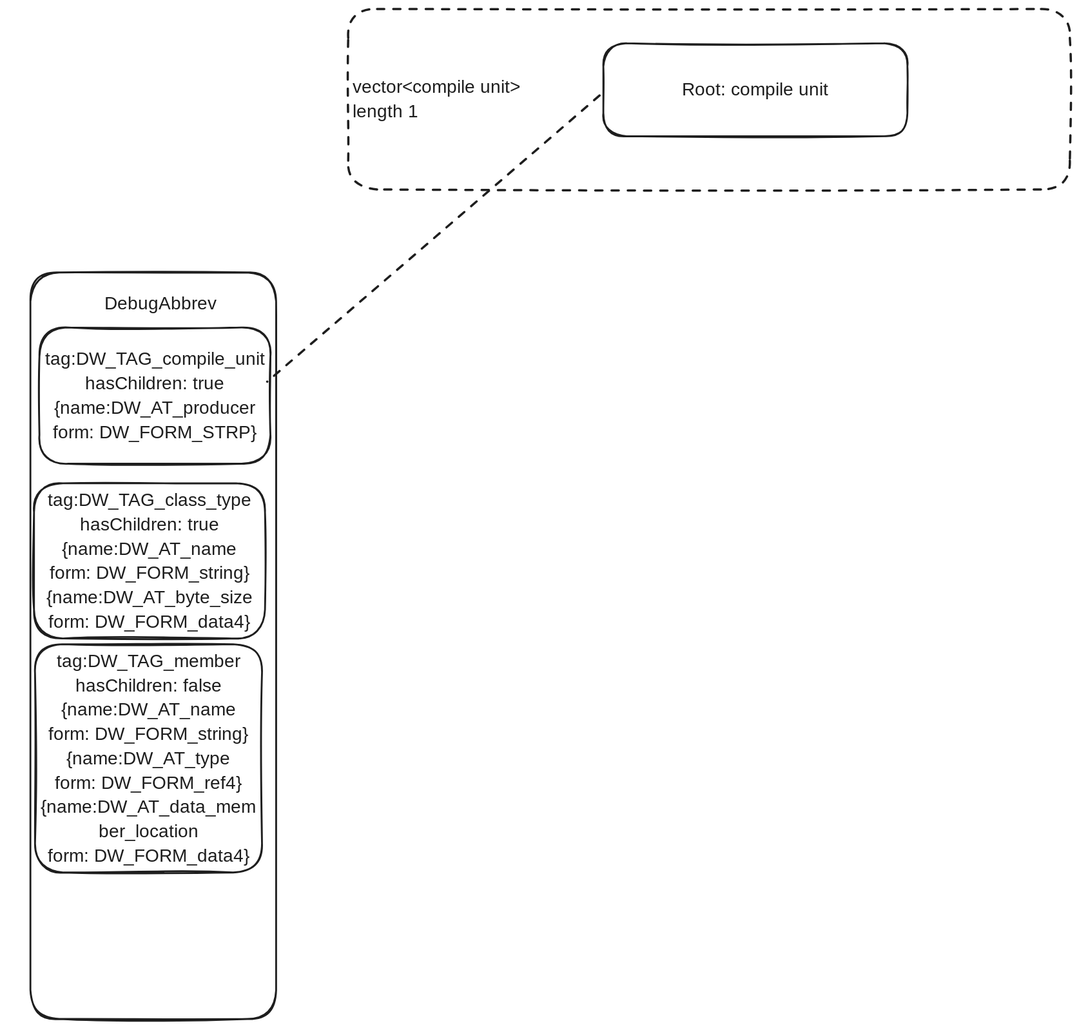
The Excalidraw diagram docs/debug/debugSymbol.excalidraw.svg in wasm-ecosystem/warpo, before a commit. Source tidied: one line per element, renumbered; positions are measured from the earlier drawing's top-left corner, leaving out a move shared by most shapes.
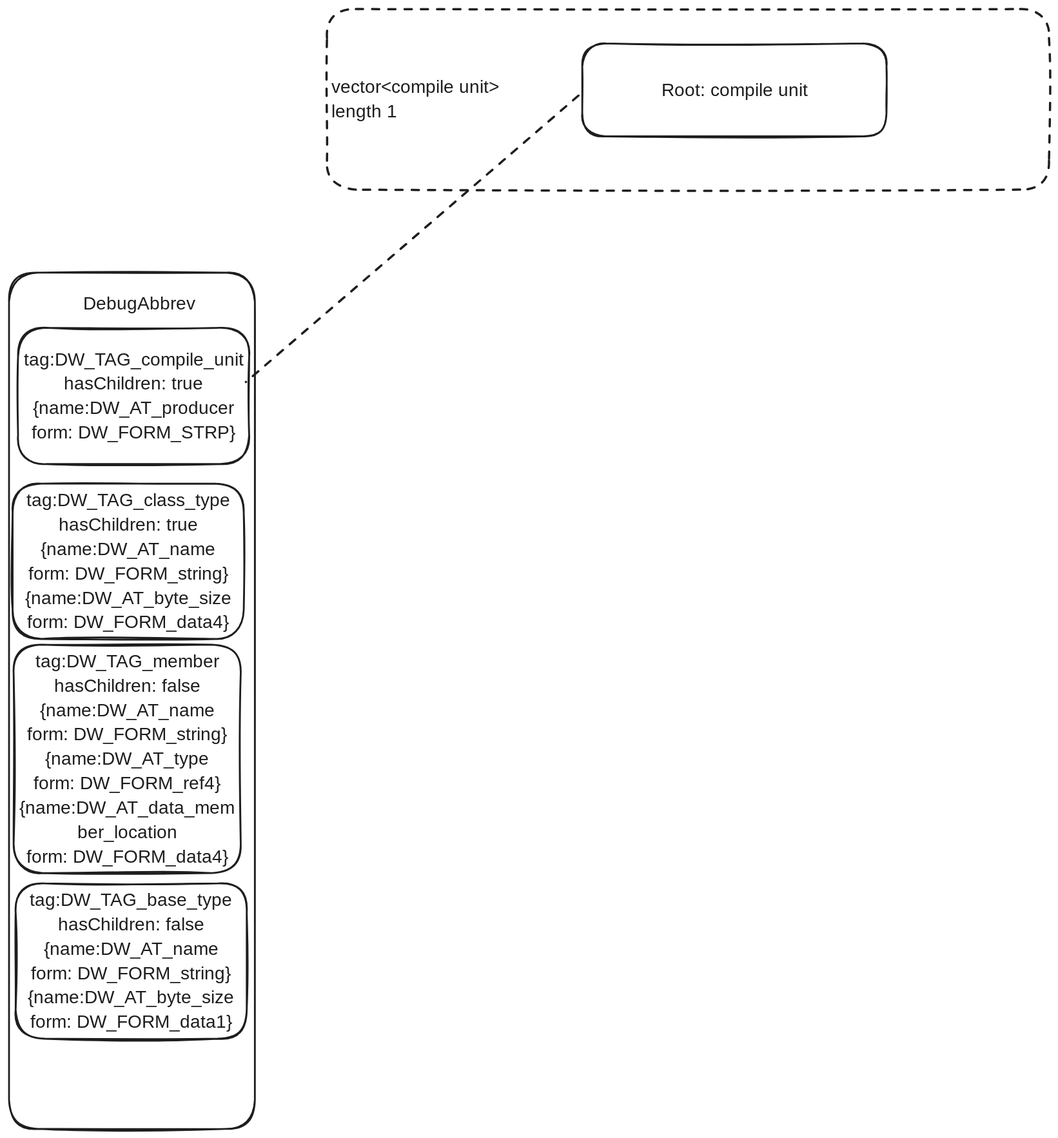
Later version of the same file.

Commit message:
Add basic type

The edit, as a diff of the source:
```diff
@@ -1,6 +1,6 @@
 {"id": 0, "type": "rectangle", "strokeColor": "#1e1e1e", "strokeWidth": 2, "roughness": 1, "round": true, "x": 635, "y": 38, "width": 337, "height": 103}
 {"id": 1, "type": "text", "text": "Root: compile unit", "strokeColor": "#1e1e1e", "strokeWidth": 2, "roughness": 1, "fontSize": 20, "fontFamily": 6, "textAlign": "center", "verticalAlign": "middle", "inside": 0, "x": 722, "y": 76, "width": 163, "height": 27}
-{"id": 2, "type": "rectangle", "strokeColor": "#1e1e1e", "strokeWidth": 2, "roughness": 1, "round": true, "x": 0, "y": 292, "width": 272, "height": 827}
+{"id": 2, "type": "rectangle", "strokeColor": "#1e1e1e", "strokeWidth": 2, "roughness": 1, "round": true, "x": 0, "y": 292, "width": 272, "height": 948}
 {"id": 3, "type": "text", "text": "DebugAbbrev", "strokeColor": "#1e1e1e", "strokeWidth": 2, "roughness": 1, "fontSize": 20, "fontFamily": 6, "x": 82, "y": 313, "width": 127, "height": 27}
 {"id": 4, "type": "rectangle", "strokeColor": "#1e1e1e", "strokeWidth": 2, "roughness": 1, "round": true, "x": 10, "y": 353, "width": 256, "height": 151}
 {"id": 5, "type": "text", "text": "tag:DW_TAG_compile_unit\nhasChildren: true\n{name:DW_AT_producer\nform: DW_FORM_STRP}", "strokeColor": "#1e1e1e", "strokeWidth": 2, "strokeStyle": "dashed", "roughness": 1, "fontSize": 20, "fontFamily": 6, "textAlign": "center", "verticalAlign": "middle", "inside": 4, "x": 17, "y": 374, "width": 243, "height": 108}
@@ -11,3 +11,5 @@
 {"id": 10, "type": "text", "text": "tag:DW_TAG_class_type\nhasChildren: true\n{name:DW_AT_name\nform: DW_FORM_string}\n{name:DW_AT_byte_size\nform: DW_FORM_data4}", "strokeColor": "#1e1e1e", "strokeWidth": 2, "strokeStyle": "dashed", "roughness": 1, "fontSize": 20, "fontFamily": 6, "textAlign": "center", "verticalAlign": "middle", "inside": 9, "x": 19, "y": 531, "width": 226, "height": 162}
 {"id": 11, "type": "rectangle", "strokeColor": "#1e1e1e", "strokeWidth": 2, "roughness": 1, "round": true, "x": 5, "y": 704, "width": 252, "height": 253}
 {"id": 12, "type": "text", "text": "tag:DW_TAG_member\nhasChildren: false\n{name:DW_AT_name\nform: DW_FORM_string}\n{name:DW_AT_type\nform: DW_FORM_ref4}\n{name:DW_AT_data_mem\nber_location\nform: DW_FORM_data4}", "strokeColor": "#1e1e1e", "strokeWidth": 2, "strokeStyle": "dashed", "roughness": 1, "fontSize": 20, "fontFamily": 6, "textAlign": "center", "verticalAlign": "middle", "inside": 11, "x": 12, "y": 709, "width": 237, "height": 243}
+{"id": 13, "type": "rectangle", "strokeColor": "#1e1e1e", "strokeWidth": 2, "roughness": 1, "round": true, "x": 7, "y": 968, "width": 256, "height": 172}
+{"id": 14, "type": "text", "text": "tag:DW_TAG_base_type\nhasChildren: false\n{name:DW_AT_name\nform: DW_FORM_string}\n{name:DW_AT_byte_size\nform: DW_FORM_data1}", "strokeColor": "#1e1e1e", "strokeWidth": 2, "strokeStyle": "dashed", "roughness": 1, "fontSize": 20, "fontFamily": 6, "textAlign": "center", "verticalAlign": "middle", "inside": 13, "x": 22, "y": 974, "width": 226, "height": 162}
```
